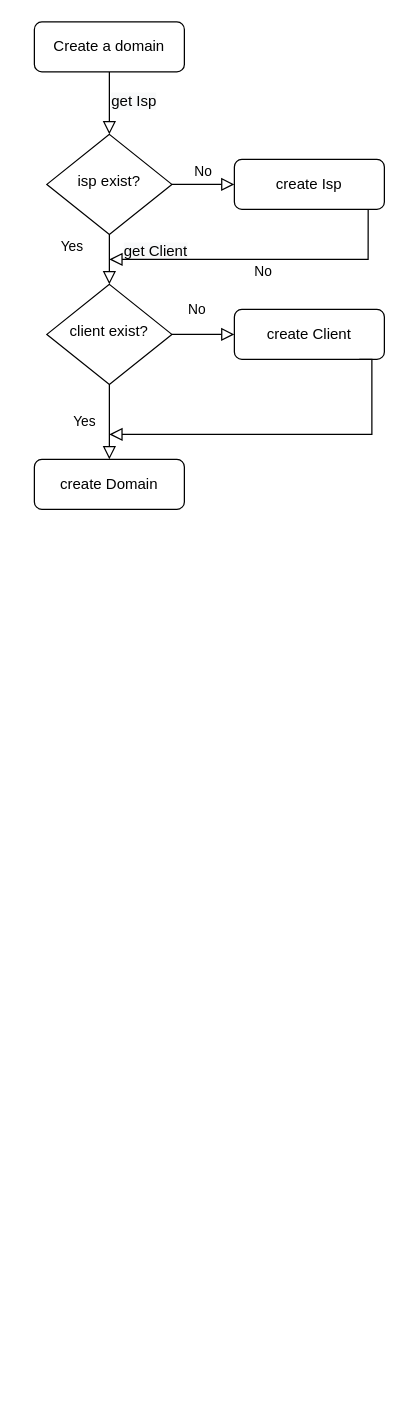
The draw.io diagram Untitled Diagram.drawio in nrgix2/api-netpoint, before the edit. Source tidied: cells renumbered, new cells numbered last; positions are measured from the earlier drawing's top-left corner, leaving out a move shared by most shapes. Both pictures are drawn from the tidied source at 125%, with x=0, y=0 at pixel (34, 21).
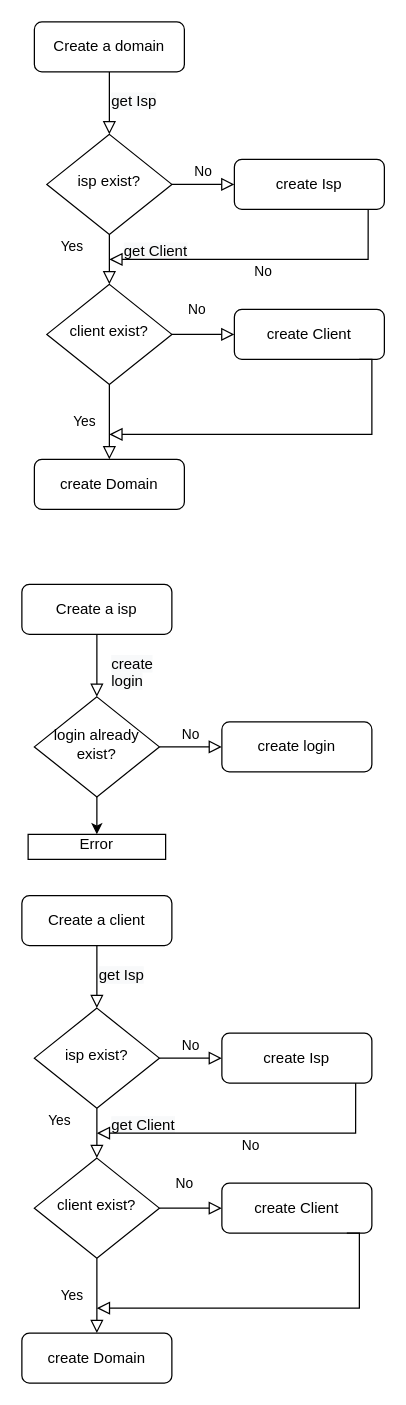
The same diagram, later.

Change to the diagram source:
```diff
@@
+    <mxCell id="17" style="rounded=0;html=1;jettySize=auto;fontSize=11;endArrow=block;endFill=0;endSize=8;strokeWidth=1;shadow=0;labelBackgroundColor=none;edgeStyle=orthogonalEdgeStyle;" parent="1" edge="1" source="18" target="21">
+      <mxGeometry relative="1" as="geometry" />
+    </mxCell>
+    <mxCell id="18" value="Create a isp" style="rounded=1;whiteSpace=wrap;html=1;fontSize=12;glass=0;strokeWidth=1;shadow=0;" parent="1" vertex="1">
+      <mxGeometry x="-10" y="450" width="120" height="40" as="geometry" />
+    </mxCell>
+    <mxCell id="19" value="No" style="edgeStyle=orthogonalEdgeStyle;rounded=0;html=1;jettySize=auto;fontSize=11;endArrow=block;endFill=0;endSize=8;strokeWidth=1;shadow=0;labelBackgroundColor=none;" parent="1" edge="1" source="21" target="22">
+      <mxGeometry y="10" relative="1" as="geometry" />
+    </mxCell>
+    <mxCell id="20" style="edgeStyle=orthogonalEdgeStyle;rounded=0;jettySize=auto;html=1;" parent="1" edge="1" source="21" target="24">
+      <mxGeometry relative="1" as="geometry" />
+    </mxCell>
+    <mxCell id="21" value="login already exist?" style="rhombus;whiteSpace=wrap;html=1;shadow=0;fontFamily=Helvetica;fontSize=12;align=center;strokeWidth=1;spacing=6;spacingTop=-4;" parent="1" vertex="1">
+      <mxGeometry y="540" width="100" height="80" as="geometry" />
+    </mxCell>
+    <mxCell id="22" value="create login" style="rounded=1;whiteSpace=wrap;html=1;fontSize=12;glass=0;strokeWidth=1;shadow=0;" parent="1" vertex="1">
+      <mxGeometry x="150" y="560" width="120" height="40" as="geometry" />
+    </mxCell>
+    <mxCell id="23" value="&lt;span style=&quot;color: rgb(0 , 0 , 0) ; font-family: &amp;#34;helvetica&amp;#34; ; font-size: 12px ; font-style: normal ; font-weight: 400 ; letter-spacing: normal ; text-align: center ; text-indent: 0px ; text-transform: none ; word-spacing: 0px ; background-color: rgb(248 , 249 , 250) ; display: inline ; float: none&quot;&gt;create login&lt;/span&gt;" style="text;whiteSpace=wrap;html=1;" parent="1" vertex="1">
+      <mxGeometry x="60" y="500" width="60" height="30" as="geometry" />
+    </mxCell>
+    <mxCell id="24" value="Error" style="whiteSpace=wrap;html=1;shadow=0;strokeWidth=1;spacing=6;spacingTop=-4;" parent="1" vertex="1">
+      <mxGeometry x="-5" y="650" width="110" height="20" as="geometry" />
+    </mxCell>
+    <mxCell id="25" style="rounded=0;html=1;jettySize=auto;fontSize=11;endArrow=block;endFill=0;endSize=8;strokeWidth=1;shadow=0;labelBackgroundColor=none;edgeStyle=orthogonalEdgeStyle;" parent="1" edge="1" source="26" target="29">
+      <mxGeometry relative="1" as="geometry" />
+    </mxCell>
+    <mxCell id="26" value="Create a client" style="rounded=1;whiteSpace=wrap;html=1;fontSize=12;glass=0;strokeWidth=1;shadow=0;" parent="1" vertex="1">
+      <mxGeometry x="-10" y="699" width="120" height="40" as="geometry" />
+    </mxCell>
+    <mxCell id="27" value="Yes" style="rounded=0;html=1;jettySize=auto;fontSize=11;endArrow=block;endFill=0;endSize=8;strokeWidth=1;shadow=0;labelBackgroundColor=none;edgeStyle=orthogonalEdgeStyle;" parent="1" edge="1" source="29" target="33">
+      <mxGeometry x="-0.5" y="-30" relative="1" as="geometry" />
+    </mxCell>
+    <mxCell id="28" value="No" style="edgeStyle=orthogonalEdgeStyle;rounded=0;html=1;jettySize=auto;fontSize=11;endArrow=block;endFill=0;endSize=8;strokeWidth=1;shadow=0;labelBackgroundColor=none;" parent="1" edge="1" source="29" target="30">
+      <mxGeometry y="10" relative="1" as="geometry" />
+    </mxCell>
+    <mxCell id="29" value="isp exist?" style="rhombus;whiteSpace=wrap;html=1;shadow=0;fontFamily=Helvetica;fontSize=12;align=center;strokeWidth=1;spacing=6;spacingTop=-4;" parent="1" vertex="1">
+      <mxGeometry y="789" width="100" height="80" as="geometry" />
+    </mxCell>
+    <mxCell id="30" value="create Isp" style="rounded=1;whiteSpace=wrap;html=1;fontSize=12;glass=0;strokeWidth=1;shadow=0;" parent="1" vertex="1">
+      <mxGeometry x="150" y="809" width="120" height="40" as="geometry" />
+    </mxCell>
+    <mxCell id="31" value="No" style="rounded=0;html=1;jettySize=auto;fontSize=11;endArrow=block;endFill=0;endSize=8;strokeWidth=1;shadow=0;labelBackgroundColor=none;edgeStyle=orthogonalEdgeStyle;" parent="1" edge="1" source="33" target="34">
+      <mxGeometry x="-1" y="92" relative="1" as="geometry">
+        <mxPoint x="-22" y="-60" as="offset" />
+      </mxGeometry>
+    </mxCell>
+    <mxCell id="32" value="Yes" style="edgeStyle=orthogonalEdgeStyle;rounded=0;html=1;jettySize=auto;fontSize=11;endArrow=block;endFill=0;endSize=8;strokeWidth=1;shadow=0;labelBackgroundColor=none;" parent="1" edge="1" source="33" target="35">
+      <mxGeometry x="-1" y="-99" relative="1" as="geometry">
+        <mxPoint x="-70" y="-29" as="offset" />
+      </mxGeometry>
+    </mxCell>
+    <mxCell id="33" value="client exist?" style="rhombus;whiteSpace=wrap;html=1;shadow=0;fontFamily=Helvetica;fontSize=12;align=center;strokeWidth=1;spacing=6;spacingTop=-4;" parent="1" vertex="1">
+      <mxGeometry y="909" width="100" height="80" as="geometry" />
+    </mxCell>
+    <mxCell id="34" value="create Domain" style="rounded=1;whiteSpace=wrap;html=1;fontSize=12;glass=0;strokeWidth=1;shadow=0;" parent="1" vertex="1">
+      <mxGeometry x="-10" y="1049" width="120" height="40" as="geometry" />
+    </mxCell>
+    <mxCell id="35" value="create Client" style="rounded=1;whiteSpace=wrap;html=1;fontSize=12;glass=0;strokeWidth=1;shadow=0;" parent="1" vertex="1">
+      <mxGeometry x="150" y="929" width="120" height="40" as="geometry" />
+    </mxCell>
+    <mxCell id="36" value="&lt;span style=&quot;color: rgb(0, 0, 0); font-family: helvetica; font-size: 12px; font-style: normal; font-weight: 400; letter-spacing: normal; text-align: center; text-indent: 0px; text-transform: none; word-spacing: 0px; background-color: rgb(248, 249, 250); display: inline; float: none;&quot;&gt;get Isp&lt;/span&gt;" style="text;whiteSpace=wrap;html=1;" parent="1" vertex="1">
+      <mxGeometry x="50" y="749" width="60" height="30" as="geometry" />
+    </mxCell>
+    <mxCell id="37" value="&lt;span style=&quot;color: rgb(0 , 0 , 0) ; font-family: &amp;#34;helvetica&amp;#34; ; font-size: 12px ; font-style: normal ; font-weight: 400 ; letter-spacing: normal ; text-align: center ; text-indent: 0px ; text-transform: none ; word-spacing: 0px ; background-color: rgb(248 , 249 , 250) ; display: inline ; float: none&quot;&gt;get Client&lt;/span&gt;" style="text;whiteSpace=wrap;html=1;" parent="1" vertex="1">
+      <mxGeometry x="60" y="869" width="60" height="30" as="geometry" />
+    </mxCell>
+    <mxCell id="38" value="No" style="edgeStyle=orthogonalEdgeStyle;rounded=0;html=1;jettySize=auto;fontSize=11;endArrow=block;endFill=0;endSize=8;strokeWidth=1;shadow=0;labelBackgroundColor=none;exitX=0.892;exitY=1;exitDx=0;exitDy=0;exitPerimeter=0;" parent="1" edge="1" source="30">
+      <mxGeometry y="10" relative="1" as="geometry">
+        <mxPoint x="50" y="889" as="targetPoint" />
+        <Array as="points">
+          <mxPoint x="257" y="889" />
+        </Array>
+      </mxGeometry>
+    </mxCell>
+    <mxCell id="39" style="edgeStyle=orthogonalEdgeStyle;rounded=0;html=1;jettySize=auto;fontSize=11;endArrow=block;endFill=0;endSize=8;strokeWidth=1;shadow=0;labelBackgroundColor=none;exitX=0.833;exitY=1;exitDx=0;exitDy=0;exitPerimeter=0;" parent="1" edge="1" source="35">
+      <mxGeometry x="-0.52" y="204" relative="1" as="geometry">
+        <mxPoint x="50" y="1029" as="targetPoint" />
+        <Array as="points">
+          <mxPoint x="260" y="969" />
+          <mxPoint x="260" y="1029" />
+        </Array>
+        <mxPoint x="40" y="-4" as="offset" />
+      </mxGeometry>
+    </mxCell>
```
